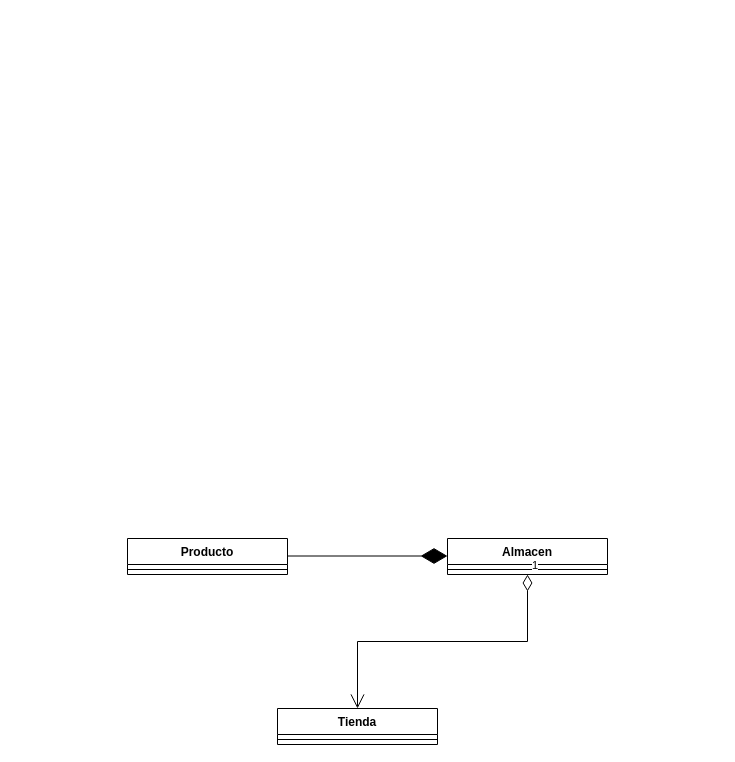
Earlier version of the draw.io diagram actividad_1-6.drawio (CiscoFsociety23/diagramas). Source tidied: cells renumbered, new cells numbered last; positions are measured from the earlier drawing's top-left corner, leaving out a move shared by most shapes. Both pictures are drawn from the tidied source at 100%, with x=0, y=0 at pixel (127, 538).
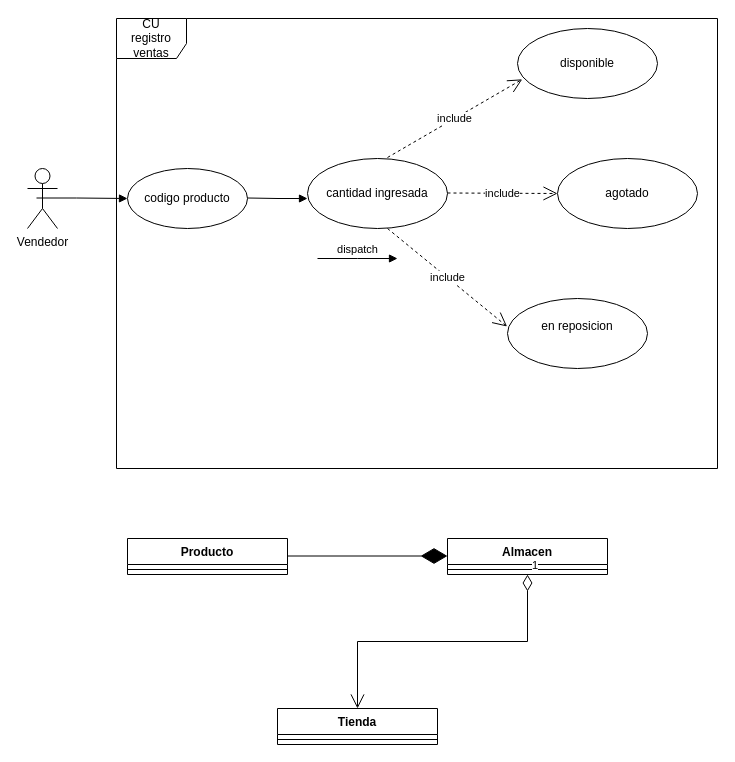
Above is the later version.

Change to the diagram source:
```diff
@@
+    <mxCell id="10" value="&lt;div&gt;Vendedor&lt;/div&gt;" style="shape=umlActor;verticalLabelPosition=bottom;verticalAlign=top;html=1;" parent="1" vertex="1">
+      <mxGeometry x="-100" y="-370" width="30" height="60" as="geometry" />
+    </mxCell>
@@
+    <mxCell id="11" value="CU&lt;div&gt;registro ventas&lt;/div&gt;" style="shape=umlFrame;whiteSpace=wrap;html=1;width=70;height=40;" parent="1" vertex="1">
+      <mxGeometry x="-11" y="-520" width="601" height="450" as="geometry" />
+    </mxCell>
@@
+    <mxCell id="12" value="codigo producto" style="ellipse;whiteSpace=wrap;html=1;" parent="1" vertex="1">
+      <mxGeometry y="-370" width="120" height="60" as="geometry" />
+    </mxCell>
@@
+    <mxCell id="13" value="disponible" style="ellipse;whiteSpace=wrap;html=1;" parent="1" vertex="1">
+      <mxGeometry x="390" y="-510" width="140" height="70" as="geometry" />
+    </mxCell>
@@
+    <mxCell id="14" value="agotado" style="ellipse;whiteSpace=wrap;html=1;" parent="1" vertex="1">
+      <mxGeometry x="430" y="-380" width="140" height="70" as="geometry" />
+    </mxCell>
@@
+    <mxCell id="15" value="en reposicion&lt;div&gt;&lt;br&gt;&lt;/div&gt;" style="ellipse;whiteSpace=wrap;html=1;" parent="1" vertex="1">
+      <mxGeometry x="380" y="-240" width="140" height="70" as="geometry" />
+    </mxCell>
+    <mxCell id="16" value="cantidad ingresada" style="ellipse;whiteSpace=wrap;html=1;" parent="1" vertex="1">
+      <mxGeometry x="180" y="-380" width="140" height="70" as="geometry" />
+    </mxCell>
+    <mxCell id="17" style="endArrow=block;endFill=1;html=1;edgeStyle=orthogonalEdgeStyle;align=left;verticalAlign=top;rounded=0;" parent="1" edge="1">
+      <mxGeometry x="-1" relative="1" as="geometry">
+        <mxPoint x="120" y="-340.5" as="sourcePoint" />
+        <mxPoint x="180" y="-340" as="targetPoint" />
+      </mxGeometry>
+    </mxCell>
+    <mxCell id="18" value="include" style="endArrow=open;endSize=12;dashed=1;html=1;rounded=0;entryX=0.034;entryY=0.726;entryDx=0;entryDy=0;entryPerimeter=0;" parent="1" edge="1" target="13">
+      <mxGeometry relative="1" as="geometry">
+        <mxPoint x="260" y="-381" as="sourcePoint" />
+      </mxGeometry>
+    </mxCell>
+    <mxCell id="19" value="include" style="endArrow=open;endSize=12;dashed=1;html=1;rounded=0;entryX=0;entryY=0.5;entryDx=0;entryDy=0;" parent="1" edge="1" target="14">
+      <mxGeometry relative="1" as="geometry">
+        <mxPoint x="320" y="-345.5" as="sourcePoint" />
+      </mxGeometry>
+    </mxCell>
+    <mxCell id="20" value="include" style="endArrow=open;endSize=12;dashed=1;html=1;rounded=0;entryX=-0.003;entryY=0.4;entryDx=0;entryDy=0;entryPerimeter=0;" parent="1" edge="1" target="15">
+      <mxGeometry relative="1" as="geometry">
+        <mxPoint x="260" y="-310" as="sourcePoint" />
+      </mxGeometry>
+    </mxCell>
+    <mxCell id="21" value="dispatch" style="html=1;verticalAlign=bottom;endArrow=block;curved=0;rounded=0;" parent="1" edge="1">
+      <mxGeometry relative="1" as="geometry">
+        <mxPoint x="190" y="-280" as="sourcePoint" />
+        <mxPoint x="270" y="-280" as="targetPoint" />
+        <Array as="points">
+          <mxPoint x="230" y="-280" />
+        </Array>
+      </mxGeometry>
+    </mxCell>
+    <mxCell id="22" style="html=1;verticalAlign=bottom;endArrow=block;curved=0;rounded=0;entryX=0;entryY=0.5;entryDx=0;entryDy=0;" parent="1" edge="1" target="12">
+      <mxGeometry relative="1" as="geometry">
+        <mxPoint x="-91" y="-340.5" as="sourcePoint" />
+        <Array as="points">
+          <mxPoint x="-51" y="-340.5" />
+        </Array>
+      </mxGeometry>
+    </mxCell>
```
